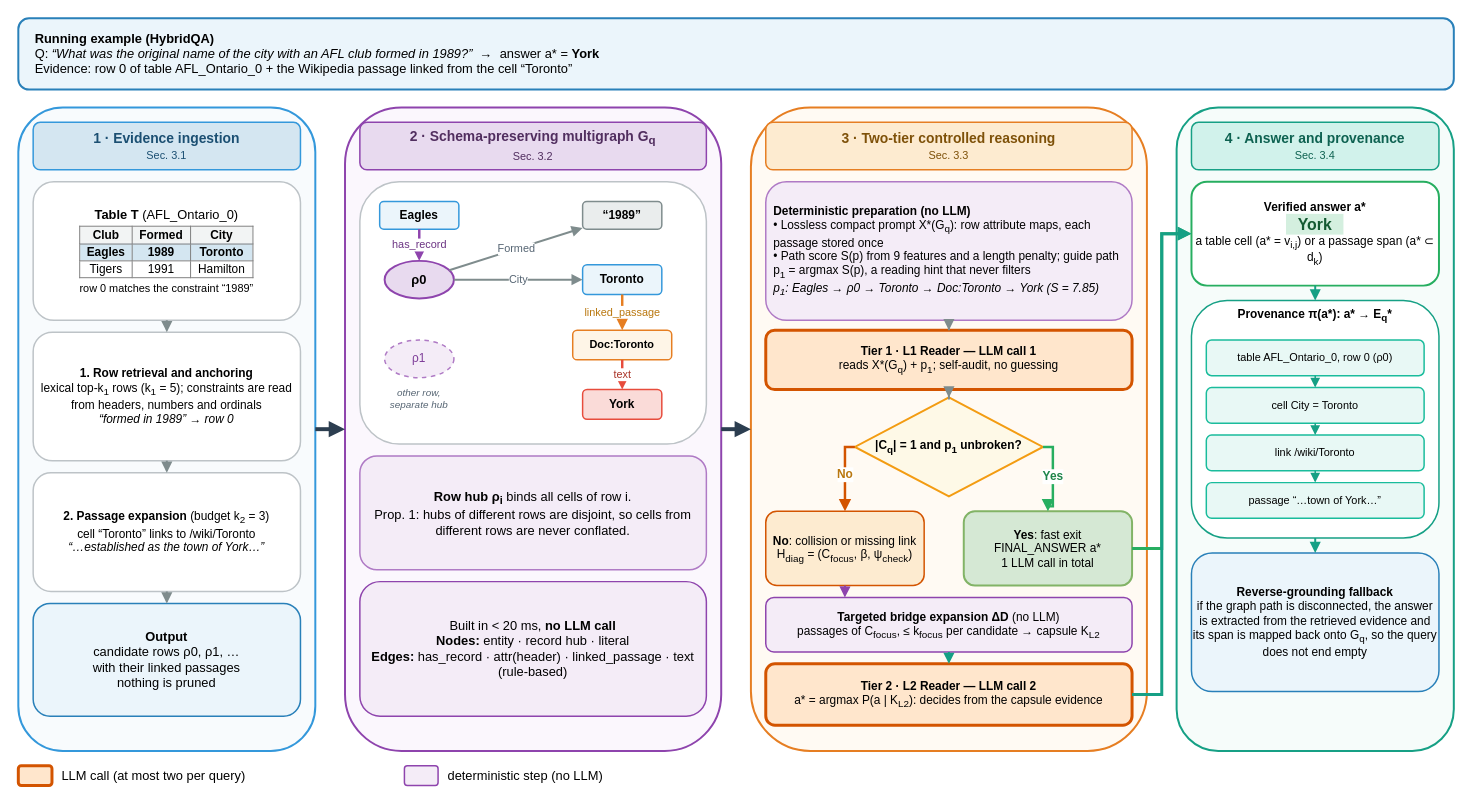
Before: paper_v2/figures/fig2_system_pipeline.drawio in trungkiends2022/online-kg-rag, a draw.io diagram. Source tidied: cells renumbered, new cells numbered last; positions are measured from the earlier drawing's top-left corner, leaving out a move shared by most shapes. Both pictures are drawn from the tidied source at 99%, with x=0, y=0 at pixel (18, 18).
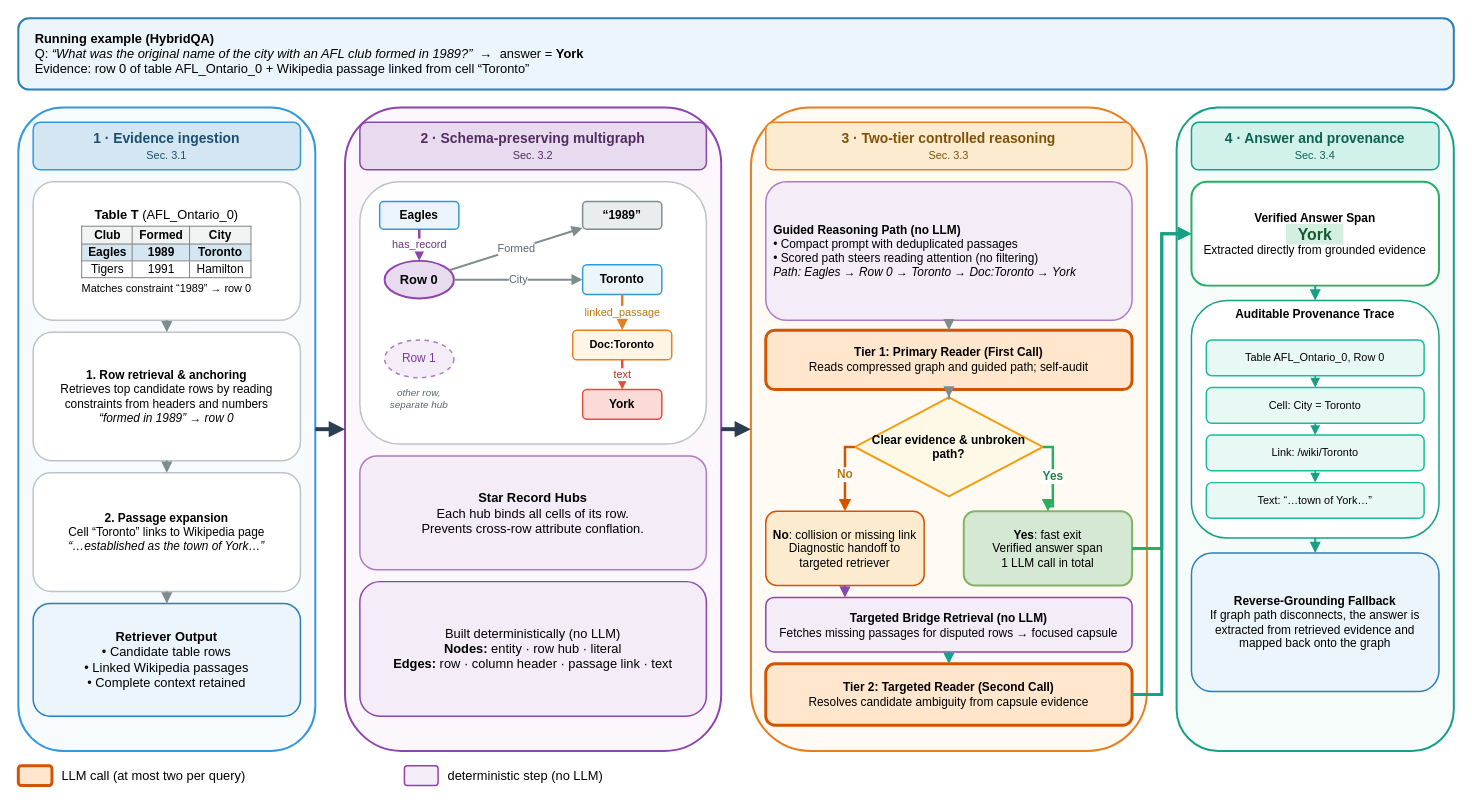
The same diagram, later.

Diff of the diagram source:
```diff
@@
-    <mxCell id="2" value="&lt;b&gt;Running example (HybridQA)&lt;/b&gt;&lt;br&gt;Q: &lt;i&gt;“What was the original name of the city with an AFL club formed in 1989?”&lt;/i&gt; &amp;nbsp;→&amp;nbsp; answer a* = &lt;b&gt;York&lt;/b&gt;&lt;br&gt;Evidence: row 0 of table AFL_Ontario_0 + the Wikipedia passage linked from the cell “Toronto”" style="rounded=1;whiteSpace=wrap;html=1;fillColor=#ebf5fb;strokeColor=#2980b9;strokeWidth=2;fontSize=13;align=left;spacingLeft=15;" parent="1" vertex="1">
+    <mxCell id="2" value="&lt;b&gt;Running example (HybridQA)&lt;/b&gt;&lt;br&gt;Q: &lt;i&gt;“What was the original name of the city with an AFL club formed in 1989?”&lt;/i&gt; &amp;nbsp;→&amp;nbsp; answer = &lt;b&gt;York&lt;/b&gt;&lt;br&gt;Evidence: row 0 of table AFL_Ontario_0 + Wikipedia passage linked from cell “Toronto”" style="rounded=1;whiteSpace=wrap;html=1;fillColor=#ebf5fb;strokeColor=#2980b9;strokeWidth=2;fontSize=13;align=left;spacingLeft=15;" parent="1" vertex="1">
       <mxGeometry width="1450" height="72" as="geometry" />
     </mxCell>
@@
-    <mxCell id="8" value="&lt;b&gt;2 · Schema-preserving multigraph G&lt;sub&gt;q&lt;/sub&gt;&lt;/b&gt;&lt;br&gt;&lt;font style='font-size:11px'&gt;Sec. 3.2&lt;/font&gt;" style="rounded=1;whiteSpace=wrap;html=1;fillColor=#e8daef;strokeColor=#8e44ad;strokeWidth=1.5;fontSize=14;fontColor=#512e5f;" parent="1" vertex="1">
+    <mxCell id="8" value="&lt;b&gt;2 · Schema-preserving multigraph&lt;/b&gt;&lt;br&gt;&lt;font style='font-size:11px'&gt;Sec. 3.2&lt;/font&gt;" style="rounded=1;whiteSpace=wrap;html=1;fillColor=#e8daef;strokeColor=#8e44ad;strokeWidth=1.5;fontSize=14;fontColor=#512e5f;" parent="1" vertex="1">
       <mxGeometry x="345" y="105" width="350" height="48" as="geometry" />
     </mxCell>
@@
-    <mxCell id="11" value="&lt;b&gt;Table T&lt;/b&gt; (AFL_Ontario_0)&lt;br&gt;&lt;table border='1' style='font-size:12px;width:100%;border-collapse:collapse;margin-top:4px'&gt;&lt;tr style='background:#f2f4f4'&gt;&lt;th&gt;Club&lt;/th&gt;&lt;th&gt;Formed&lt;/th&gt;&lt;th&gt;City&lt;/th&gt;&lt;/tr&gt;&lt;tr style='background:#d4e6f1;font-weight:bold'&gt;&lt;td&gt;Eagles&lt;/td&gt;&lt;td&gt;1989&lt;/td&gt;&lt;td&gt;Toronto&lt;/td&gt;&lt;/tr&gt;&lt;tr&gt;&lt;td&gt;Tigers&lt;/td&gt;&lt;td&gt;1991&lt;/td&gt;&lt;td&gt;Hamilton&lt;/td&gt;&lt;/tr&gt;&lt;/table&gt;&lt;div style='font-size:11px;margin-top:4px'&gt;row 0 matches the constraint “1989”&lt;/div&gt;" style="rounded=1;whiteSpace=wrap;html=1;fillColor=#ffffff;strokeColor=#bdc3c7;strokeWidth=1.5;fontSize=13;" parent="1" vertex="1">
+    <mxCell id="11" value="&lt;b&gt;Table T&lt;/b&gt; (AFL_Ontario_0)&lt;br&gt;&lt;table border='1' style='font-size:12px;width:100%;border-collapse:collapse;margin-top:4px'&gt;&lt;tr style='background:#f2f4f4'&gt;&lt;th&gt;Club&lt;/th&gt;&lt;th&gt;Formed&lt;/th&gt;&lt;th&gt;City&lt;/th&gt;&lt;/tr&gt;&lt;tr style='background:#d4e6f1;font-weight:bold'&gt;&lt;td&gt;Eagles&lt;/td&gt;&lt;td&gt;1989&lt;/td&gt;&lt;td&gt;Toronto&lt;/td&gt;&lt;/tr&gt;&lt;tr&gt;&lt;td&gt;Tigers&lt;/td&gt;&lt;td&gt;1991&lt;/td&gt;&lt;td&gt;Hamilton&lt;/td&gt;&lt;/tr&gt;&lt;/table&gt;&lt;div style='font-size:11px;margin-top:4px'&gt;Matches constraint “1989” → row 0&lt;/div&gt;" style="rounded=1;whiteSpace=wrap;html=1;fillColor=#ffffff;strokeColor=#bdc3c7;strokeWidth=1.5;fontSize=13;" parent="1" vertex="1">
       <mxGeometry x="15" y="165" width="270" height="140" as="geometry" />
     </mxCell>
-    <mxCell id="12" value="&lt;b&gt;1. Row retrieval and anchoring&lt;/b&gt;&lt;br&gt;lexical top-k&lt;sub&gt;1&lt;/sub&gt; rows (k&lt;sub&gt;1&lt;/sub&gt; = 5); constraints are read from headers, numbers and ordinals&lt;br&gt;&lt;i&gt;“formed in 1989” → row 0&lt;/i&gt;" style="rounded=1;whiteSpace=wrap;html=1;fillColor=#ffffff;strokeColor=#bdc3c7;strokeWidth=1.5;fontSize=12;" parent="1" vertex="1">
+    <mxCell id="12" value="&lt;b&gt;1. Row retrieval &amp;amp; anchoring&lt;/b&gt;&lt;br&gt;Retrieves top candidate rows by reading constraints from headers and numbers&lt;br&gt;&lt;i&gt;“formed in 1989” → row 0&lt;/i&gt;" style="rounded=1;whiteSpace=wrap;html=1;fillColor=#ffffff;strokeColor=#bdc3c7;strokeWidth=1.5;fontSize=12;" parent="1" vertex="1">
       <mxGeometry x="15" y="317" width="270" height="130" as="geometry" />
     </mxCell>
-    <mxCell id="13" value="&lt;b&gt;2. Passage expansion&lt;/b&gt; (budget k&lt;sub&gt;2&lt;/sub&gt; = 3)&lt;br&gt;cell “Toronto” links to /wiki/Toronto&lt;br&gt;&lt;i&gt;“…established as the town of York…”&lt;/i&gt;" style="rounded=1;whiteSpace=wrap;html=1;fillColor=#ffffff;strokeColor=#bdc3c7;strokeWidth=1.5;fontSize=12;" parent="1" vertex="1">
+    <mxCell id="13" value="&lt;b&gt;2. Passage expansion&lt;/b&gt;&lt;br&gt;Cell “Toronto” links to Wikipedia page&lt;br&gt;&lt;i&gt;“…established as the town of York…”&lt;/i&gt;" style="rounded=1;whiteSpace=wrap;html=1;fillColor=#ffffff;strokeColor=#bdc3c7;strokeWidth=1.5;fontSize=12;" parent="1" vertex="1">
       <mxGeometry x="15" y="459" width="270" height="120" as="geometry" />
     </mxCell>
-    <mxCell id="14" value="&lt;b&gt;Output&lt;/b&gt;&lt;br&gt;candidate rows ρ0, ρ1, …&lt;br&gt;with their linked passages&lt;br&gt;nothing is pruned" style="rounded=1;whiteSpace=wrap;html=1;fillColor=#ebf5fb;strokeColor=#2980b9;strokeWidth=1.5;fontSize=13;" parent="1" vertex="1">
+    <mxCell id="14" value="&lt;b&gt;Retriever Output&lt;/b&gt;&lt;br&gt;• Candidate table rows&lt;br&gt;• Linked Wikipedia passages&lt;br&gt;• Complete context retained" style="rounded=1;whiteSpace=wrap;html=1;fillColor=#ebf5fb;strokeColor=#2980b9;strokeWidth=1.5;fontSize=13;" parent="1" vertex="1">
       <mxGeometry x="15" y="591" width="270" height="114" as="geometry" />
     </mxCell>
@@
-    <mxCell id="20" value="ρ0" style="ellipse;whiteSpace=wrap;html=1;fillColor=#e8daef;strokeColor=#8e44ad;strokeWidth=2;fontSize=13;fontStyle=1;" parent="1" vertex="1">
+    <mxCell id="20" value="Row 0" style="ellipse;whiteSpace=wrap;html=1;fillColor=#e8daef;strokeColor=#8e44ad;strokeWidth=2;fontSize=13;fontStyle=1;" parent="1" vertex="1">
       <mxGeometry x="370" y="245" width="70" height="38" as="geometry" />
     </mxCell>
@@
-    <mxCell id="25" value="ρ1" style="ellipse;whiteSpace=wrap;html=1;fillColor=#f4ecf7;strokeColor=#af7ac5;strokeWidth=1.5;fontSize=12;dashed=1;fontColor=#7d3c98;" parent="1" vertex="1">
+    <mxCell id="25" value="Row 1" style="ellipse;whiteSpace=wrap;html=1;fillColor=#f4ecf7;strokeColor=#af7ac5;strokeWidth=1.5;fontSize=12;dashed=1;fontColor=#7d3c98;" parent="1" vertex="1">
       <mxGeometry x="370" y="325" width="70" height="38" as="geometry" />
     </mxCell>
@@
-    <mxCell id="32" value="&lt;b&gt;Row hub ρ&lt;sub&gt;i&lt;/sub&gt;&lt;/b&gt; binds all cells of row i.&lt;br&gt;Prop. 1: hubs of different rows are disjoint, so cells from different rows are never conflated." style="rounded=1;whiteSpace=wrap;html=1;fillColor=#f4ecf7;strokeColor=#af7ac5;strokeWidth=1.5;fontSize=13;" parent="1" vertex="1">
+    <mxCell id="32" value="&lt;b&gt;Star Record Hubs&lt;/b&gt;&lt;br&gt;Each hub binds all cells of its row.&lt;br&gt;Prevents cross-row attribute conflation." style="rounded=1;whiteSpace=wrap;html=1;fillColor=#f4ecf7;strokeColor=#af7ac5;strokeWidth=1.5;fontSize=13;" parent="1" vertex="1">
       <mxGeometry x="345" y="442" width="350" height="115" as="geometry" />
     </mxCell>
-    <mxCell id="33" value="Built in &amp;lt; 20 ms, &lt;b&gt;no LLM call&lt;/b&gt;&lt;br&gt;&lt;b&gt;Nodes:&lt;/b&gt; entity · record hub · literal&lt;br&gt;&lt;b&gt;Edges:&lt;/b&gt; has_record · attr(header) · linked_passage · text (rule-based)" style="rounded=1;whiteSpace=wrap;html=1;fillColor=#f4ecf7;strokeColor=#8e44ad;strokeWidth=1.5;fontSize=13;" parent="1" vertex="1">
+    <mxCell id="33" value="Built deterministically (no LLM)&lt;br&gt;&lt;b&gt;Nodes:&lt;/b&gt; entity · row hub · literal&lt;br&gt;&lt;b&gt;Edges:&lt;/b&gt; row · column header · passage link · text" style="rounded=1;whiteSpace=wrap;html=1;fillColor=#f4ecf7;strokeColor=#8e44ad;strokeWidth=1.5;fontSize=13;" parent="1" vertex="1">
       <mxGeometry x="345" y="569" width="350" height="136" as="geometry" />
     </mxCell>
-    <mxCell id="34" value="&lt;b&gt;Deterministic preparation (no LLM)&lt;/b&gt;&lt;br&gt;• Lossless compact prompt X*(G&lt;sub&gt;q&lt;/sub&gt;): row attribute maps, each passage stored once&lt;br&gt;• Path score S(p) from 9 features and a length penalty; guide path p&lt;sub&gt;1&lt;/sub&gt; = argmax S(p), a reading hint that never filters&lt;br&gt;&lt;i&gt;p&lt;sub&gt;1&lt;/sub&gt;: Eagles → ρ0 → Toronto → Doc:Toronto → York (S = 7.85)&lt;/i&gt;" style="rounded=1;whiteSpace=wrap;html=1;fillColor=#f4ecf7;strokeColor=#af7ac5;strokeWidth=1.5;fontSize=12;align=left;spacingLeft=6;" parent="1" vertex="1">
+    <mxCell id="34" value="&lt;b&gt;Guided Reasoning Path (no LLM)&lt;/b&gt;&lt;br&gt;• Compact prompt with deduplicated passages&lt;br&gt;• Scored path steers reading attention (no filtering)&lt;br&gt;&lt;i&gt;Path: Eagles → Row 0 → Toronto → Doc:Toronto → York&lt;/i&gt;" style="rounded=1;whiteSpace=wrap;html=1;fillColor=#f4ecf7;strokeColor=#af7ac5;strokeWidth=1.5;fontSize=12;align=left;spacingLeft=6;" parent="1" vertex="1">
       <mxGeometry x="755" y="165" width="370" height="140" as="geometry" />
     </mxCell>
-    <mxCell id="35" value="&lt;b&gt;Tier 1 · L1 Reader — LLM call 1&lt;/b&gt;&lt;br&gt;reads X*(G&lt;sub&gt;q&lt;/sub&gt;) + p&lt;sub&gt;1&lt;/sub&gt;; self-audit, no guessing" style="rounded=1;whiteSpace=wrap;html=1;fillColor=#ffe6cc;strokeColor=#d35400;strokeWidth=3;fontSize=12;" parent="1" vertex="1">
+    <mxCell id="35" value="&lt;b&gt;Tier 1: Primary Reader (First Call)&lt;/b&gt;&lt;br&gt;Reads compressed graph and guided path; self-audit" style="rounded=1;whiteSpace=wrap;html=1;fillColor=#ffe6cc;strokeColor=#d35400;strokeWidth=3;fontSize=12;" parent="1" vertex="1">
       <mxGeometry x="755" y="315" width="370" height="60" as="geometry" />
     </mxCell>
-    <mxCell id="36" value="&lt;b&gt;|C&lt;sub&gt;q&lt;/sub&gt;| = 1 and p&lt;sub&gt;1&lt;/sub&gt; unbroken?&lt;/b&gt;" style="rhombus;whiteSpace=wrap;html=1;fillColor=#fef9e7;strokeColor=#f39c12;strokeWidth=2;fontSize=12;" parent="1" vertex="1">
+    <mxCell id="36" value="&lt;b&gt;Clear evidence &amp;amp; unbroken path?&lt;/b&gt;" style="rhombus;whiteSpace=wrap;html=1;fillColor=#fef9e7;strokeColor=#f39c12;strokeWidth=2;fontSize=12;" parent="1" vertex="1">
       <mxGeometry x="845" y="383" width="190" height="100" as="geometry" />
     </mxCell>
-    <mxCell id="37" value="&lt;b&gt;No&lt;/b&gt;: collision or missing link&lt;br&gt;H&lt;sub&gt;diag&lt;/sub&gt; = (C&lt;sub&gt;focus&lt;/sub&gt;, β, ψ&lt;sub&gt;check&lt;/sub&gt;)" style="rounded=1;whiteSpace=wrap;html=1;fillColor=#fdebd0;strokeColor=#d35400;strokeWidth=1.5;fontSize=12;" parent="1" vertex="1">
+    <mxCell id="37" value="&lt;b&gt;No&lt;/b&gt;: collision or missing link&lt;br&gt;Diagnostic handoff to targeted retriever" style="rounded=1;whiteSpace=wrap;html=1;fillColor=#fdebd0;strokeColor=#d35400;strokeWidth=1.5;fontSize=12;" parent="1" vertex="1">
       <mxGeometry x="755" y="498" width="160" height="75" as="geometry" />
     </mxCell>
-    <mxCell id="38" value="&lt;b&gt;Yes&lt;/b&gt;: fast exit&lt;br&gt;FINAL_ANSWER a*&lt;br&gt;1 LLM call in total" style="rounded=1;whiteSpace=wrap;html=1;fillColor=#d5e8d4;strokeColor=#82b366;strokeWidth=2;fontSize=12;" parent="1" vertex="1">
+    <mxCell id="38" value="&lt;b&gt;Yes&lt;/b&gt;: fast exit&lt;br&gt;Verified answer span&lt;br&gt;1 LLM call in total" style="rounded=1;whiteSpace=wrap;html=1;fillColor=#d5e8d4;strokeColor=#82b366;strokeWidth=2;fontSize=12;" parent="1" vertex="1">
       <mxGeometry x="955" y="498" width="170" height="75" as="geometry" />
     </mxCell>
-    <mxCell id="39" value="&lt;b&gt;Targeted bridge expansion ΔD&lt;/b&gt; (no LLM)&lt;br&gt;passages of C&lt;sub&gt;focus&lt;/sub&gt;, ≤ k&lt;sub&gt;focus&lt;/sub&gt; per candidate → capsule K&lt;sub&gt;L2&lt;/sub&gt;" style="rounded=1;whiteSpace=wrap;html=1;fillColor=#f4ecf7;strokeColor=#8e44ad;strokeWidth=1.5;fontSize=12;" parent="1" vertex="1">
+    <mxCell id="39" value="&lt;b&gt;Targeted Bridge Retrieval (no LLM)&lt;/b&gt;&lt;br&gt;Fetches missing passages for disputed rows → focused capsule" style="rounded=1;whiteSpace=wrap;html=1;fillColor=#f4ecf7;strokeColor=#8e44ad;strokeWidth=1.5;fontSize=12;" parent="1" vertex="1">
       <mxGeometry x="755" y="585" width="370" height="55" as="geometry" />
     </mxCell>
-    <mxCell id="40" value="&lt;b&gt;Tier 2 · L2 Reader — LLM call 2&lt;/b&gt;&lt;br&gt;a* = argmax P(a | K&lt;sub&gt;L2&lt;/sub&gt;): decides from the capsule evidence" style="rounded=1;whiteSpace=wrap;html=1;fillColor=#ffe6cc;strokeColor=#d35400;strokeWidth=3;fontSize=12;" parent="1" vertex="1">
+    <mxCell id="40" value="&lt;b&gt;Tier 2: Targeted Reader (Second Call)&lt;/b&gt;&lt;br&gt;Resolves candidate ambiguity from capsule evidence" style="rounded=1;whiteSpace=wrap;html=1;fillColor=#ffe6cc;strokeColor=#d35400;strokeWidth=3;fontSize=12;" parent="1" vertex="1">
       <mxGeometry x="755" y="652" width="370" height="62" as="geometry" />
     </mxCell>
@@
-    <mxCell id="47" value="&lt;b&gt;Verified answer a*&lt;/b&gt;&lt;br&gt;&lt;span style='background:#d4efdf;color:#145a32;font-weight:bold;font-size:16px;padding:2px 12px'&gt;York&lt;/span&gt;&lt;br&gt;a table cell (a* = v&lt;sub&gt;i,j&lt;/sub&gt;) or a passage span (a* ⊂ d&lt;sub&gt;k&lt;/sub&gt;)" style="rounded=1;whiteSpace=wrap;html=1;fillColor=#ffffff;strokeColor=#27ae60;strokeWidth=2;fontSize=12;" parent="1" vertex="1">
+    <mxCell id="47" value="&lt;b&gt;Verified Answer Span&lt;/b&gt;&lt;br&gt;&lt;span style='background:#d4efdf;color:#145a32;font-weight:bold;font-size:16px;padding:2px 12px'&gt;York&lt;/span&gt;&lt;br&gt;Extracted directly from grounded evidence" style="rounded=1;whiteSpace=wrap;html=1;fillColor=#ffffff;strokeColor=#27ae60;strokeWidth=2;fontSize=12;" parent="1" vertex="1">
       <mxGeometry x="1185" y="165" width="250" height="105" as="geometry" />
     </mxCell>
-    <mxCell id="48" value="&lt;b&gt;Provenance π(a*): a* → E&lt;sub&gt;q&lt;/sub&gt;*&lt;/b&gt;" style="rounded=1;whiteSpace=wrap;html=1;fillColor=#ffffff;strokeColor=#16a085;strokeWidth=1.5;fontSize=12;verticalAlign=top;" parent="1" vertex="1">
+    <mxCell id="48" value="&lt;b&gt;Auditable Provenance Trace&lt;/b&gt;" style="rounded=1;whiteSpace=wrap;html=1;fillColor=#ffffff;strokeColor=#16a085;strokeWidth=1.5;fontSize=12;verticalAlign=top;" parent="1" vertex="1">
       <mxGeometry x="1185" y="285" width="250" height="240" as="geometry" />
     </mxCell>
-    <mxCell id="49" value="table AFL_Ontario_0, row 0 (ρ0)" style="rounded=1;whiteSpace=wrap;html=1;fillColor=#e8f8f5;strokeColor=#1abc9c;strokeWidth=1.5;fontSize=11;" parent="1" vertex="1">
+    <mxCell id="49" value="Table AFL_Ontario_0, Row 0" style="rounded=1;whiteSpace=wrap;html=1;fillColor=#e8f8f5;strokeColor=#1abc9c;strokeWidth=1.5;fontSize=11;" parent="1" vertex="1">
       <mxGeometry x="1200" y="325" width="220" height="36" as="geometry" />
     </mxCell>
-    <mxCell id="50" value="cell City = Toronto" style="rounded=1;whiteSpace=wrap;html=1;fillColor=#e8f8f5;strokeColor=#1abc9c;strokeWidth=1.5;fontSize=11;" parent="1" vertex="1">
+    <mxCell id="50" value="Cell: City = Toronto" style="rounded=1;whiteSpace=wrap;html=1;fillColor=#e8f8f5;strokeColor=#1abc9c;strokeWidth=1.5;fontSize=11;" parent="1" vertex="1">
       <mxGeometry x="1200" y="373" width="220" height="36" as="geometry" />
     </mxCell>
-    <mxCell id="51" value="link /wiki/Toronto" style="rounded=1;whiteSpace=wrap;html=1;fillColor=#e8f8f5;strokeColor=#1abc9c;strokeWidth=1.5;fontSize=11;" parent="1" vertex="1">
+    <mxCell id="51" value="Link: /wiki/Toronto" style="rounded=1;whiteSpace=wrap;html=1;fillColor=#e8f8f5;strokeColor=#1abc9c;strokeWidth=1.5;fontSize=11;" parent="1" vertex="1">
       <mxGeometry x="1200" y="421" width="220" height="36" as="geometry" />
     </mxCell>
-    <mxCell id="52" value="passage “…town of York…”" style="rounded=1;whiteSpace=wrap;html=1;fillColor=#e8f8f5;strokeColor=#1abc9c;strokeWidth=1.5;fontSize=11;" parent="1" vertex="1">
+    <mxCell id="52" value="Text: “…town of York…”" style="rounded=1;whiteSpace=wrap;html=1;fillColor=#e8f8f5;strokeColor=#1abc9c;strokeWidth=1.5;fontSize=11;" parent="1" vertex="1">
       <mxGeometry x="1200" y="469" width="220" height="36" as="geometry" />
     </mxCell>
@@
-    <mxCell id="56" value="&lt;b&gt;Reverse-grounding fallback&lt;/b&gt;&lt;br&gt;if the graph path is disconnected, the answer is extracted from the retrieved evidence and its span is mapped back onto G&lt;sub&gt;q&lt;/sub&gt;, so the query does not end empty" style="rounded=1;whiteSpace=wrap;html=1;fillColor=#ebf5fb;strokeColor=#2980b9;strokeWidth=1.5;fontSize=12;" parent="1" vertex="1">
+    <mxCell id="56" value="&lt;b&gt;Reverse-Grounding Fallback&lt;/b&gt;&lt;br&gt;If graph path disconnects, the answer is extracted from retrieved evidence and mapped back onto the graph" style="rounded=1;whiteSpace=wrap;html=1;fillColor=#ebf5fb;strokeColor=#2980b9;strokeWidth=1.5;fontSize=12;" parent="1" vertex="1">
       <mxGeometry x="1185" y="540" width="250" height="140" as="geometry" />
     </mxCell>
```
